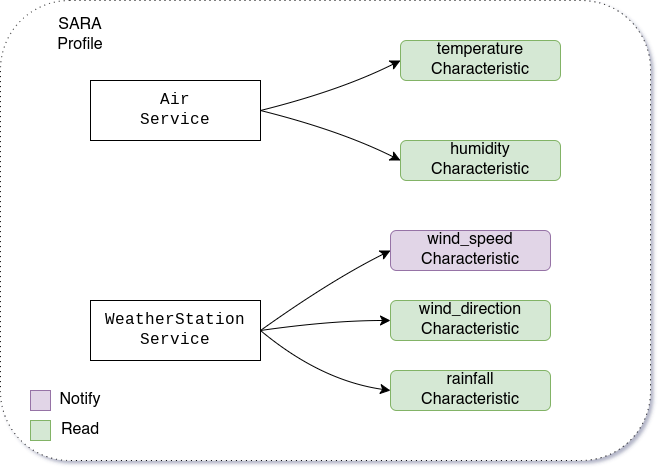
mxmueller/DHBW-Blickbox keeps this draw.io diagram as docs/ble_services.png. Above is the earlier version. Source tidied: cells renumbered, new cells last; positions are measured from the earlier drawing's top-left corner, leaving out a move shared by most shapes. Source of this version:
```xml
<mxGraphModel>
  <root>
    <mxCell id="0" />
    <mxCell id="1" parent="0" />
    <mxCell id="2" style="rounded=1;whiteSpace=wrap;html=1;fontSize=16;dashed=1;dashPattern=1 4;" parent="1" vertex="1">
      <mxGeometry width="650" height="460" as="geometry" />
    </mxCell>
    <mxCell id="3" style="edgeStyle=none;curved=1;rounded=0;jettySize=auto;html=1;exitX=1;exitY=0.5;exitDx=0;exitDy=0;entryX=0;entryY=0.5;entryDx=0;entryDy=0;fontSize=12;startSize=8;endSize=8;" parent="1" edge="1" source="5" target="10">
      <mxGeometry relative="1" as="geometry">
        <Array as="points">
          <mxPoint x="340" y="90" />
        </Array>
      </mxGeometry>
    </mxCell>
    <mxCell id="4" style="edgeStyle=none;curved=1;rounded=0;jettySize=auto;html=1;exitX=1;exitY=0.5;exitDx=0;exitDy=0;entryX=0;entryY=0.5;entryDx=0;entryDy=0;fontSize=12;startSize=8;endSize=8;" parent="1" edge="1" source="5" target="11">
      <mxGeometry relative="1" as="geometry">
        <Array as="points">
          <mxPoint x="340" y="130" />
        </Array>
      </mxGeometry>
    </mxCell>
    <mxCell id="5" value="&lt;pre style=&quot;&quot; id=&quot;tw-target-text&quot; class=&quot;tw-data-text tw-text-large tw-ta&quot;&gt;Air&lt;br&gt;Service&lt;/pre&gt;" style="rounded=0;whiteSpace=wrap;html=1;fontSize=16;align=center;" parent="1" vertex="1">
      <mxGeometry x="90" y="80" width="170" height="60" as="geometry" />
    </mxCell>
    <mxCell id="6" style="edgeStyle=none;curved=1;rounded=0;jettySize=auto;html=1;exitX=1;exitY=0.5;exitDx=0;exitDy=0;entryX=0;entryY=0.5;entryDx=0;entryDy=0;fontSize=12;startSize=8;endSize=8;" parent="1" edge="1" source="9" target="12">
      <mxGeometry relative="1" as="geometry">
        <Array as="points">
          <mxPoint x="330" y="280" />
        </Array>
      </mxGeometry>
    </mxCell>
    <mxCell id="7" style="edgeStyle=none;curved=1;rounded=0;jettySize=auto;html=1;exitX=1;exitY=0.5;exitDx=0;exitDy=0;entryX=0;entryY=0.5;entryDx=0;entryDy=0;fontSize=12;startSize=8;endSize=8;" parent="1" edge="1" source="9" target="13">
      <mxGeometry relative="1" as="geometry">
        <Array as="points">
          <mxPoint x="330" y="320" />
        </Array>
      </mxGeometry>
    </mxCell>
    <mxCell id="8" style="edgeStyle=none;curved=1;rounded=0;jettySize=auto;html=1;exitX=1;exitY=0.5;exitDx=0;exitDy=0;entryX=0;entryY=0.5;entryDx=0;entryDy=0;fontSize=12;startSize=8;endSize=8;" parent="1" edge="1" source="9" target="14">
      <mxGeometry relative="1" as="geometry">
        <Array as="points">
          <mxPoint x="320" y="380" />
        </Array>
      </mxGeometry>
    </mxCell>
    <mxCell id="9" value="&lt;pre style=&quot;&quot; id=&quot;tw-target-text&quot; class=&quot;tw-data-text tw-text-large tw-ta&quot;&gt;WeatherStation&lt;br&gt;Service&lt;/pre&gt;" style="rounded=0;whiteSpace=wrap;html=1;fontSize=16;align=center;" parent="1" vertex="1">
      <mxGeometry x="90" y="300" width="170" height="60" as="geometry" />
    </mxCell>
    <mxCell id="10" value="temperature&lt;br&gt;Characteristic" style="rounded=1;whiteSpace=wrap;html=1;fontSize=16;fillColor=#d5e8d4;strokeColor=#82b366;" parent="1" vertex="1">
      <mxGeometry x="400" y="40" width="160" height="40" as="geometry" />
    </mxCell>
    <mxCell id="11" value="humidity&lt;br&gt;Characteristic" style="rounded=1;whiteSpace=wrap;html=1;fontSize=16;fillColor=#d5e8d4;strokeColor=#82b366;" parent="1" vertex="1">
      <mxGeometry x="400" y="140" width="160" height="40" as="geometry" />
    </mxCell>
    <mxCell id="12" value="wind_speed&lt;br&gt;Characteristic" style="rounded=1;whiteSpace=wrap;html=1;fontSize=16;fillColor=#e1d5e7;strokeColor=#9673a6;" parent="1" vertex="1">
      <mxGeometry x="390" y="230" width="160" height="40" as="geometry" />
    </mxCell>
    <mxCell id="13" value="wind_direction&lt;br&gt;Characteristic" style="rounded=1;whiteSpace=wrap;html=1;fontSize=16;fillColor=#d5e8d4;strokeColor=#82b366;" parent="1" vertex="1">
      <mxGeometry x="390" y="300" width="160" height="40" as="geometry" />
    </mxCell>
    <mxCell id="14" value="rainfall&lt;br&gt;Characteristic" style="rounded=1;whiteSpace=wrap;html=1;fontSize=16;fillColor=#d5e8d4;strokeColor=#82b366;" parent="1" vertex="1">
      <mxGeometry x="390" y="370" width="160" height="40" as="geometry" />
    </mxCell>
    <mxCell id="15" value="SARA Profile" style="text;html=1;strokeColor=none;fillColor=none;align=center;verticalAlign=middle;whiteSpace=wrap;rounded=0;fontSize=16;" parent="1" vertex="1">
      <mxGeometry x="50" y="20" width="60" height="30" as="geometry" />
    </mxCell>
    <mxCell id="16" style="rounded=0;whiteSpace=wrap;html=1;fontSize=16;fillColor=#e1d5e7;strokeColor=#9673a6;" parent="1" vertex="1">
      <mxGeometry x="30" y="390" width="20" height="20" as="geometry" />
    </mxCell>
    <mxCell id="17" style="rounded=0;whiteSpace=wrap;html=1;fontSize=16;fillColor=#d5e8d4;strokeColor=#82b366;" parent="1" vertex="1">
      <mxGeometry x="30" y="420" width="20" height="20" as="geometry" />
    </mxCell>
    <mxCell id="18" value="Notify" style="text;html=1;strokeColor=none;fillColor=none;align=center;verticalAlign=middle;whiteSpace=wrap;rounded=0;fontSize=16;" parent="1" vertex="1">
      <mxGeometry x="50" y="385" width="60" height="30" as="geometry" />
    </mxCell>
    <mxCell id="19" value="Read" style="text;html=1;strokeColor=none;fillColor=none;align=center;verticalAlign=middle;whiteSpace=wrap;rounded=0;fontSize=16;" parent="1" vertex="1">
      <mxGeometry x="50" y="415" width="60" height="30" as="geometry" />
    </mxCell>
  </root>
</mxGraphModel>
```
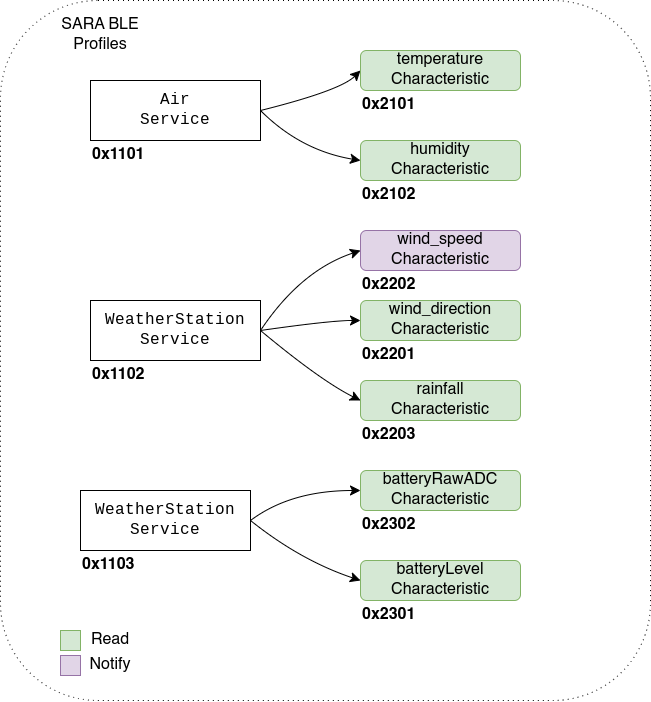
The same file after the commit.

Commit message:
#198-BLE-Diagram-updaten

Change to the diagram source:
```diff
@@ -3,7 +3,7 @@
     <mxCell id="0" />
     <mxCell id="1" parent="0" />
     <mxCell id="2" style="rounded=1;whiteSpace=wrap;html=1;fontSize=16;dashed=1;dashPattern=1 4;" parent="1" vertex="1">
-      <mxGeometry width="650" height="460" as="geometry" />
+      <mxGeometry width="650" height="700" as="geometry" />
     </mxCell>
     <mxCell id="3" style="edgeStyle=none;curved=1;rounded=0;jettySize=auto;html=1;exitX=1;exitY=0.5;exitDx=0;exitDy=0;entryX=0;entryY=0.5;entryDx=0;entryDy=0;fontSize=12;startSize=8;endSize=8;" parent="1" edge="1" source="5" target="10">
       <mxGeometry relative="1" as="geometry">
@@ -15,7 +15,7 @@
     <mxCell id="4" style="edgeStyle=none;curved=1;rounded=0;jettySize=auto;html=1;exitX=1;exitY=0.5;exitDx=0;exitDy=0;entryX=0;entryY=0.5;entryDx=0;entryDy=0;fontSize=12;startSize=8;endSize=8;" parent="1" edge="1" source="5" target="11">
       <mxGeometry relative="1" as="geometry">
         <Array as="points">
-          <mxPoint x="340" y="130" />
+          <mxPoint x="300" y="150" />
         </Array>
       </mxGeometry>
     </mxCell>
@@ -25,7 +25,7 @@
     <mxCell id="6" style="edgeStyle=none;curved=1;rounded=0;jettySize=auto;html=1;exitX=1;exitY=0.5;exitDx=0;exitDy=0;entryX=0;entryY=0.5;entryDx=0;entryDy=0;fontSize=12;startSize=8;endSize=8;" parent="1" edge="1" source="9" target="12">
       <mxGeometry relative="1" as="geometry">
         <Array as="points">
-          <mxPoint x="330" y="280" />
+          <mxPoint x="300" y="270" />
         </Array>
       </mxGeometry>
     </mxCell>
@@ -47,34 +47,90 @@
       <mxGeometry x="90" y="300" width="170" height="60" as="geometry" />
     </mxCell>
     <mxCell id="10" value="temperature&lt;br&gt;Characteristic" style="rounded=1;whiteSpace=wrap;html=1;fontSize=16;fillColor=#d5e8d4;strokeColor=#82b366;" parent="1" vertex="1">
-      <mxGeometry x="400" y="40" width="160" height="40" as="geometry" />
+      <mxGeometry x="360" y="50" width="160" height="40" as="geometry" />
     </mxCell>
     <mxCell id="11" value="humidity&lt;br&gt;Characteristic" style="rounded=1;whiteSpace=wrap;html=1;fontSize=16;fillColor=#d5e8d4;strokeColor=#82b366;" parent="1" vertex="1">
-      <mxGeometry x="400" y="140" width="160" height="40" as="geometry" />
+      <mxGeometry x="360" y="140" width="160" height="40" as="geometry" />
     </mxCell>
     <mxCell id="12" value="wind_speed&lt;br&gt;Characteristic" style="rounded=1;whiteSpace=wrap;html=1;fontSize=16;fillColor=#e1d5e7;strokeColor=#9673a6;" parent="1" vertex="1">
-      <mxGeometry x="390" y="230" width="160" height="40" as="geometry" />
+      <mxGeometry x="360" y="230" width="160" height="40" as="geometry" />
     </mxCell>
     <mxCell id="13" value="wind_direction&lt;br&gt;Characteristic" style="rounded=1;whiteSpace=wrap;html=1;fontSize=16;fillColor=#d5e8d4;strokeColor=#82b366;" parent="1" vertex="1">
-      <mxGeometry x="390" y="300" width="160" height="40" as="geometry" />
+      <mxGeometry x="360" y="300" width="160" height="40" as="geometry" />
     </mxCell>
     <mxCell id="14" value="rainfall&lt;br&gt;Characteristic" style="rounded=1;whiteSpace=wrap;html=1;fontSize=16;fillColor=#d5e8d4;strokeColor=#82b366;" parent="1" vertex="1">
-      <mxGeometry x="390" y="370" width="160" height="40" as="geometry" />
+      <mxGeometry x="360" y="380" width="160" height="40" as="geometry" />
     </mxCell>
-    <mxCell id="15" value="SARA Profile" style="text;html=1;strokeColor=none;fillColor=none;align=center;verticalAlign=middle;whiteSpace=wrap;rounded=0;fontSize=16;" parent="1" vertex="1">
-      <mxGeometry x="50" y="20" width="60" height="30" as="geometry" />
+    <mxCell id="15" value="SARA BLE Profiles" style="text;html=1;strokeColor=none;fillColor=none;align=center;verticalAlign=middle;whiteSpace=wrap;rounded=0;fontSize=16;" parent="1" vertex="1">
+      <mxGeometry x="50" y="20" width="100" height="30" as="geometry" />
     </mxCell>
     <mxCell id="16" style="rounded=0;whiteSpace=wrap;html=1;fontSize=16;fillColor=#e1d5e7;strokeColor=#9673a6;" parent="1" vertex="1">
-      <mxGeometry x="30" y="390" width="20" height="20" as="geometry" />
+      <mxGeometry x="60" y="655" width="20" height="20" as="geometry" />
     </mxCell>
     <mxCell id="17" style="rounded=0;whiteSpace=wrap;html=1;fontSize=16;fillColor=#d5e8d4;strokeColor=#82b366;" parent="1" vertex="1">
-      <mxGeometry x="30" y="420" width="20" height="20" as="geometry" />
+      <mxGeometry x="60" y="630" width="20" height="20" as="geometry" />
     </mxCell>
     <mxCell id="18" value="Notify" style="text;html=1;strokeColor=none;fillColor=none;align=center;verticalAlign=middle;whiteSpace=wrap;rounded=0;fontSize=16;" parent="1" vertex="1">
-      <mxGeometry x="50" y="385" width="60" height="30" as="geometry" />
+      <mxGeometry x="80" y="650" width="60" height="30" as="geometry" />
     </mxCell>
     <mxCell id="19" value="Read" style="text;html=1;strokeColor=none;fillColor=none;align=center;verticalAlign=middle;whiteSpace=wrap;rounded=0;fontSize=16;" parent="1" vertex="1">
-      <mxGeometry x="50" y="415" width="60" height="30" as="geometry" />
+      <mxGeometry x="80" y="625" width="60" height="30" as="geometry" />
     </mxCell>
+    <mxCell id="20" value="0x1102" style="text;html=1;strokeColor=none;fillColor=none;align=left;verticalAlign=middle;whiteSpace=wrap;rounded=0;fontSize=16;fontStyle=1;" parent="1" vertex="1">
+      <mxGeometry x="90" y="360" width="60" height="30" as="geometry" />
+    </mxCell>
+    <mxCell id="21" value="0x1101" style="text;html=1;strokeColor=none;fillColor=none;align=left;verticalAlign=middle;whiteSpace=wrap;rounded=0;fontSize=16;fontStyle=1;" parent="1" vertex="1">
+      <mxGeometry x="90" y="140" width="60" height="30" as="geometry" />
+    </mxCell>
+    <mxCell id="22" value="0x2203" style="text;html=1;strokeColor=none;fillColor=none;align=left;verticalAlign=middle;whiteSpace=wrap;rounded=0;fontSize=16;fontStyle=1;" parent="1" vertex="1">
+      <mxGeometry x="360" y="420" width="60" height="30" as="geometry" />
+    </mxCell>
+    <mxCell id="23" value="0x2201" style="text;html=1;strokeColor=none;fillColor=none;align=left;verticalAlign=middle;whiteSpace=wrap;rounded=0;fontSize=16;fontStyle=1;" parent="1" vertex="1">
+      <mxGeometry x="360" y="340" width="60" height="30" as="geometry" />
+    </mxCell>
+    <mxCell id="24" value="0x2202" style="text;html=1;strokeColor=none;fillColor=none;align=left;verticalAlign=middle;whiteSpace=wrap;rounded=0;fontSize=16;fontStyle=1;" parent="1" vertex="1">
+      <mxGeometry x="360" y="270" width="60" height="30" as="geometry" />
+    </mxCell>
+    <mxCell id="25" value="0x2102" style="text;html=1;strokeColor=none;fillColor=none;align=left;verticalAlign=middle;whiteSpace=wrap;rounded=0;fontSize=16;fontStyle=1;" parent="1" vertex="1">
+      <mxGeometry x="360" y="180" width="60" height="30" as="geometry" />
+    </mxCell>
+    <mxCell id="26" value="0x2101" style="text;html=1;strokeColor=none;fillColor=none;align=left;verticalAlign=middle;whiteSpace=wrap;rounded=0;fontSize=16;fontStyle=1;" parent="1" vertex="1">
+      <mxGeometry x="360" y="90" width="60" height="30" as="geometry" />
+    </mxCell>
+    <mxCell id="27" value="0x2301" style="text;html=1;strokeColor=none;fillColor=none;align=left;verticalAlign=middle;whiteSpace=wrap;rounded=0;fontSize=16;fontStyle=1;" parent="1" vertex="1">
+      <mxGeometry x="360" y="600" width="60" height="30" as="geometry" />
+    </mxCell>
+    <mxCell id="28" value="0x2302" style="text;html=1;strokeColor=none;fillColor=none;align=left;verticalAlign=middle;whiteSpace=wrap;rounded=0;fontSize=16;fontStyle=1;" parent="1" vertex="1">
+      <mxGeometry x="360" y="510" width="60" height="30" as="geometry" />
+    </mxCell>
+    <mxCell id="29" style="group;" parent="1" vertex="1">
+      <mxGeometry x="80" y="470" width="440" height="130" as="geometry" />
+    </mxCell>
+    <mxCell id="30" value="&lt;pre style=&quot;&quot; id=&quot;tw-target-text&quot; class=&quot;tw-data-text tw-text-large tw-ta&quot;&gt;WeatherStation&lt;br&gt;Service&lt;/pre&gt;" style="rounded=0;whiteSpace=wrap;html=1;fontSize=16;align=center;" parent="29" vertex="1">
+      <mxGeometry y="20" width="170" height="60" as="geometry" />
+    </mxCell>
+    <mxCell id="31" value="batteryRawADC&lt;br&gt;Characteristic" style="rounded=1;whiteSpace=wrap;html=1;fontSize=16;fillColor=#d5e8d4;strokeColor=#82b366;" parent="29" vertex="1">
+      <mxGeometry x="280" width="160" height="40" as="geometry" />
+    </mxCell>
+    <mxCell id="32" style="edgeStyle=none;curved=1;rounded=0;jettySize=auto;html=1;exitX=1;exitY=0.5;exitDx=0;exitDy=0;entryX=0;entryY=0.5;entryDx=0;entryDy=0;fontSize=12;startSize=8;endSize=8;" parent="29" edge="1" source="30" target="31">
+      <mxGeometry relative="1" as="geometry">
+        <Array as="points">
+          <mxPoint x="210" y="20" />
+        </Array>
+      </mxGeometry>
+    </mxCell>
+    <mxCell id="33" value="batteryLevel&lt;br&gt;Characteristic" style="rounded=1;whiteSpace=wrap;html=1;fontSize=16;fillColor=#d5e8d4;strokeColor=#82b366;" parent="29" vertex="1">
+      <mxGeometry x="280" y="90" width="160" height="40" as="geometry" />
+    </mxCell>
+    <mxCell id="34" style="edgeStyle=none;curved=1;rounded=0;jettySize=auto;html=1;exitX=1;exitY=0.5;exitDx=0;exitDy=0;entryX=0;entryY=0.5;entryDx=0;entryDy=0;fontSize=12;startSize=8;endSize=8;" parent="29" edge="1" source="30" target="33">
+      <mxGeometry relative="1" as="geometry">
+        <Array as="points">
+          <mxPoint x="220" y="90" />
+        </Array>
+      </mxGeometry>
+    </mxCell>
+    <mxCell id="35" value="0x1103" style="text;html=1;strokeColor=none;fillColor=none;align=left;verticalAlign=middle;whiteSpace=wrap;rounded=0;fontSize=16;fontStyle=1;" parent="29" vertex="1">
+      <mxGeometry y="80" width="60" height="30" as="geometry" />
+    </mxCell>
   </root>
 </mxGraphModel>
```
